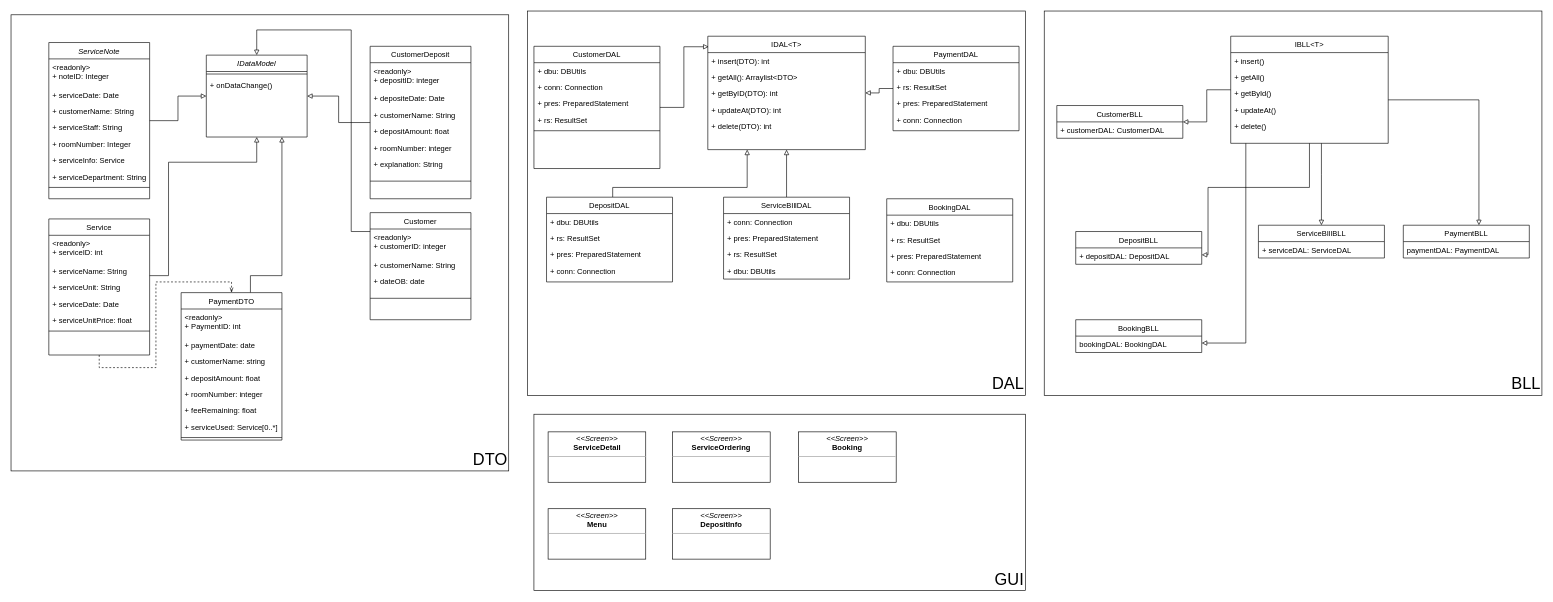
This is Diagram/Class Diagram.drawio from jonathanha52/SE104.L23.PMCL, a draw.io file, before an edit. Source tidied: cells renumbered, new cells numbered last; positions are measured from the earlier drawing's top-left corner, leaving out a move shared by most shapes. Both pictures are drawn from the tidied source at 63%, with x=0, y=0 at pixel (11, 11).
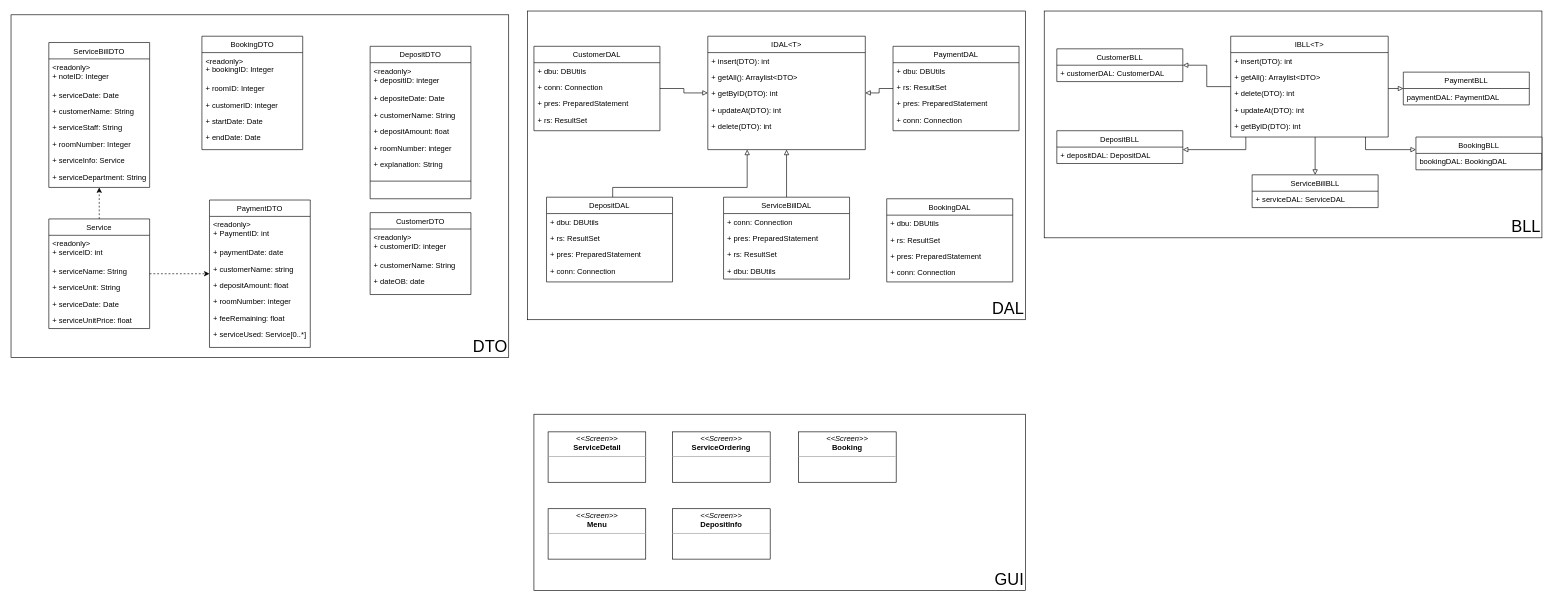
The same page after the edit.

The change refers to these unchanged cells:
```xml
<mxCell id="43" value="IDAL&lt;T&gt;" style="swimlane;fontStyle=0;align=center;verticalAlign=top;horizontal=1;startSize=26;rounded=0;shadow=0;strokeWidth=1;" parent="1" vertex="1">
  <mxGeometry x="1106" y="40" width="250" height="180" as="geometry" />
</mxCell>
```

The edit, as a diff of the source:
```diff
@@
     <mxCell id="2" value="DAL" style="rounded=0;whiteSpace=wrap;html=1;fillColor=none;shadow=0;glass=0;align=right;verticalAlign=bottom;fontSize=26;" parent="1" vertex="1">
-      <mxGeometry x="820" width="790" height="610" as="geometry" />
+      <mxGeometry x="820" width="790" height="490" as="geometry" />
     </mxCell>
     <mxCell id="3" value="DTO" style="rounded=0;whiteSpace=wrap;html=1;fillColor=none;shadow=0;glass=0;align=right;verticalAlign=bottom;fontSize=26;" parent="1" vertex="1">
-      <mxGeometry y="6" width="790" height="724" as="geometry" />
+      <mxGeometry y="6" width="790" height="544" as="geometry" />
     </mxCell>
-    <mxCell id="4" style="edgeStyle=orthogonalEdgeStyle;rounded=0;jettySize=auto;html=1;endArrow=block;endFill=0;" parent="1" edge="1" source="5" target="79">
-      <mxGeometry relative="1" as="geometry" />
-    </mxCell>
-    <mxCell id="5" value="ServiceNote" style="swimlane;fontStyle=2;align=center;verticalAlign=top;horizontal=1;startSize=26;rounded=0;shadow=0;strokeWidth=1;" parent="1" vertex="1">
-      <mxGeometry x="60" y="50" width="160" height="248" as="geometry" />
+    <mxCell id="5" value="ServiceBillDTO" style="swimlane;fontStyle=0;align=center;verticalAlign=top;horizontal=1;startSize=26;rounded=0;shadow=0;strokeWidth=1;" parent="1" vertex="1">
+      <mxGeometry x="60" y="50" width="160" height="230" as="geometry" />
     </mxCell>
@@
-    <mxCell id="13" style="line;html=1;strokeWidth=1;align=left;verticalAlign=middle;spacingTop=-1;spacingLeft=3;spacingRight=3;labelPosition=right;" parent="5" vertex="1">
-      <mxGeometry y="226" width="160" height="8" as="geometry" />
-    </mxCell>
+    <mxCell id="115" style="edgeStyle=orthogonalEdgeStyle;rounded=0;jettySize=auto;html=1;dashed=1;" parent="1" edge="1" source="16" target="5">
+      <mxGeometry relative="1" as="geometry" />
+    </mxCell>
-    <mxCell id="14" style="edgeStyle=orthogonalEdgeStyle;rounded=0;jettySize=auto;html=1;exitX=0.5;exitY=1;exitDx=0;exitDy=0;dashed=1;endArrow=openThin;endFill=0;" parent="1" edge="1" source="16" target="33">
-      <mxGeometry relative="1" as="geometry">
-        <Array as="points">
-          <mxPoint x="140" y="566" />
-          <mxPoint x="230" y="566" />
-          <mxPoint x="230" y="430" />
-          <mxPoint x="350" y="430" />
-        </Array>
-      </mxGeometry>
+    <mxCell id="14" style="edgeStyle=orthogonalEdgeStyle;rounded=0;jettySize=auto;html=1;dashed=1;" parent="1" edge="1" source="16" target="33">
+      <mxGeometry relative="1" as="geometry" />
     </mxCell>
-    <mxCell id="15" style="edgeStyle=orthogonalEdgeStyle;rounded=0;jettySize=auto;html=1;entryX=0.5;entryY=1;entryDx=0;entryDy=0;endArrow=block;endFill=0;" parent="1" edge="1" source="16" target="79">
-      <mxGeometry relative="1" as="geometry">
-        <Array as="points">
-          <mxPoint x="250" y="420" />
-          <mxPoint x="250" y="240" />
-          <mxPoint x="390" y="240" />
-        </Array>
-      </mxGeometry>
-    </mxCell>
     <mxCell id="16" value="Service" style="swimlane;fontStyle=0;align=center;verticalAlign=top;horizontal=1;startSize=26;rounded=0;shadow=0;strokeWidth=1;" parent="1" vertex="1">
-      <mxGeometry x="60" y="330" width="160" height="216" as="geometry" />
+      <mxGeometry x="60" y="330" width="160" height="174" as="geometry" />
     </mxCell>
@@
-    <mxCell id="22" style="line;html=1;strokeWidth=1;align=left;verticalAlign=middle;spacingTop=-1;spacingLeft=3;spacingRight=3;labelPosition=right;" parent="16" vertex="1">
-      <mxGeometry y="174" width="160" height="8" as="geometry" />
-    </mxCell>
-    <mxCell id="23" style="edgeStyle=orthogonalEdgeStyle;rounded=0;jettySize=auto;html=1;endArrow=block;endFill=0;" parent="1" edge="1" source="24" target="79">
-      <mxGeometry relative="1" as="geometry" />
-    </mxCell>
-    <mxCell id="24" value="CustomerDeposit" style="swimlane;fontStyle=0;align=center;verticalAlign=top;horizontal=1;startSize=26;rounded=0;shadow=0;strokeWidth=1;" parent="1" vertex="1">
+    <mxCell id="24" value="DepositDTO" style="swimlane;fontStyle=0;align=center;verticalAlign=top;horizontal=1;startSize=26;rounded=0;shadow=0;strokeWidth=1;" parent="1" vertex="1">
       <mxGeometry x="570" y="56" width="160" height="242" as="geometry" />
     </mxCell>
@@
-    <mxCell id="32" style="edgeStyle=orthogonalEdgeStyle;rounded=0;jettySize=auto;html=1;entryX=0.75;entryY=1;entryDx=0;entryDy=0;endArrow=block;endFill=0;" parent="1" edge="1" source="33" target="79">
-      <mxGeometry relative="1" as="geometry">
-        <Array as="points">
-          <mxPoint x="380" y="420" />
-          <mxPoint x="430" y="420" />
-        </Array>
-      </mxGeometry>
-    </mxCell>
     <mxCell id="33" value="PaymentDTO" style="swimlane;fontStyle=0;align=center;verticalAlign=top;horizontal=1;startSize=26;rounded=0;shadow=0;strokeWidth=1;" parent="1" vertex="1">
-      <mxGeometry x="270" y="447" width="160" height="234" as="geometry" />
+      <mxGeometry x="315" y="300" width="160" height="234" as="geometry" />
     </mxCell>
@@
-    <mxCell id="41" style="line;html=1;strokeWidth=1;align=left;verticalAlign=middle;spacingTop=-1;spacingLeft=3;spacingRight=3;labelPosition=right;" parent="33" vertex="1">
-      <mxGeometry y="226" width="160" height="8" as="geometry" />
-    </mxCell>
@@
-    <mxCell id="50" value="ServiceBIllDAL" style="swimlane;fontStyle=0;align=center;verticalAlign=top;horizontal=1;startSize=26;rounded=0;shadow=0;strokeWidth=1;" parent="1" vertex="1">
+    <mxCell id="50" value="ServiceBillDAL" style="swimlane;fontStyle=0;align=center;verticalAlign=top;horizontal=1;startSize=26;rounded=0;shadow=0;strokeWidth=1;" parent="1" vertex="1">
       <mxGeometry x="1131" y="295.5" width="200" height="130" as="geometry" />
     </mxCell>
@@
-    <mxCell id="66" style="edgeStyle=orthogonalEdgeStyle;rounded=0;jettySize=auto;html=1;entryX=0.5;entryY=0;entryDx=0;entryDy=0;endArrow=block;endFill=0;" parent="1" edge="1" source="67" target="79">
-      <mxGeometry relative="1" as="geometry">
-        <Array as="points">
-          <mxPoint x="540" y="350" />
-          <mxPoint x="540" y="30" />
-          <mxPoint x="390" y="30" />
-        </Array>
-      </mxGeometry>
-    </mxCell>
-    <mxCell id="67" value="Customer" style="swimlane;fontStyle=0;align=center;verticalAlign=top;horizontal=1;startSize=26;rounded=0;shadow=0;strokeWidth=1;" parent="1" vertex="1">
-      <mxGeometry x="570" y="320" width="160" height="170" as="geometry" />
+    <mxCell id="67" value="CustomerDTO" style="swimlane;fontStyle=0;align=center;verticalAlign=top;horizontal=1;startSize=26;rounded=0;shadow=0;strokeWidth=1;" parent="1" vertex="1">
+      <mxGeometry x="570" y="320" width="160" height="130" as="geometry" />
     </mxCell>
@@
-    <mxCell id="71" style="line;html=1;strokeWidth=1;align=left;verticalAlign=middle;spacingTop=-1;spacingLeft=3;spacingRight=3;labelPosition=right;" parent="67" vertex="1">
-      <mxGeometry y="122" width="160" height="28" as="geometry" />
-    </mxCell>
-    <mxCell id="72" style="edgeStyle=orthogonalEdgeStyle;rounded=0;jettySize=auto;html=1;endArrow=block;endFill=0;entryX=0.005;entryY=0.093;entryDx=0;entryDy=0;entryPerimeter=0;" parent="1" edge="1" source="73" target="43">
+    <mxCell id="72" style="edgeStyle=orthogonalEdgeStyle;rounded=0;jettySize=auto;html=1;endArrow=block;endFill=0;" parent="1" edge="1" source="73" target="43">
       <mxGeometry relative="1" as="geometry" />
     </mxCell>
     <mxCell id="73" value="CustomerDAL" style="swimlane;fontStyle=0;align=center;verticalAlign=top;horizontal=1;startSize=26;rounded=0;shadow=0;strokeWidth=1;" parent="1" vertex="1">
-      <mxGeometry x="830" y="56" width="200" height="194" as="geometry" />
+      <mxGeometry x="830" y="56" width="200" height="134" as="geometry" />
     </mxCell>
@@
-    <mxCell id="78" style="line;strokeWidth=1;fillColor=none;align=left;verticalAlign=middle;spacingTop=-1;spacingLeft=3;spacingRight=3;labelPosition=right;" parent="73" vertex="1">
-      <mxGeometry y="130" width="200" height="8" as="geometry" />
-    </mxCell>
-    <mxCell id="79" value="IDataModel" style="swimlane;fontStyle=2;align=center;verticalAlign=top;horizontal=1;startSize=26;rounded=0;shadow=0;strokeWidth=1;" parent="1" vertex="1">
-      <mxGeometry x="310" y="70" width="160" height="130" as="geometry" />
-    </mxCell>
-    <mxCell id="80" style="line;html=1;strokeWidth=1;align=left;verticalAlign=middle;spacingTop=-1;spacingLeft=3;spacingRight=3;labelPosition=right;" parent="79" vertex="1">
-      <mxGeometry y="26" width="160" height="8" as="geometry" />
-    </mxCell>
-    <mxCell id="81" value="+ onDataChange()" style="text;align=left;verticalAlign=top;spacingLeft=4;spacingRight=4;overflow=hidden;" parent="79" vertex="1">
-      <mxGeometry y="34" width="160" height="44" as="geometry" />
-    </mxCell>
     <mxCell id="82" value="BLL" style="rounded=0;whiteSpace=wrap;html=1;fillColor=none;shadow=0;glass=0;align=right;verticalAlign=bottom;fontSize=26;" parent="1" vertex="1">
-      <mxGeometry x="1640" width="790" height="610" as="geometry" />
+      <mxGeometry x="1640" width="790" height="360" as="geometry" />
     </mxCell>
@@
     <mxCell id="88" value="IBLL&lt;T&gt;" style="swimlane;fontStyle=0;align=center;verticalAlign=top;horizontal=1;startSize=26;rounded=0;shadow=0;strokeWidth=1;" parent="1" vertex="1">
-      <mxGeometry x="1936" y="40" width="250" height="170" as="geometry" />
+      <mxGeometry x="1936" y="40" width="250" height="160" as="geometry" />
     </mxCell>
-    <mxCell id="89" value="+ insert()" style="text;align=left;verticalAlign=top;spacingLeft=4;spacingRight=4;overflow=hidden;rounded=0;shadow=0;html=0;" parent="88" vertex="1">
-      <mxGeometry y="26" width="250" height="26" as="geometry" />
-    </mxCell>
-    <mxCell id="90" value="+ getAll()" style="text;align=left;verticalAlign=top;spacingLeft=4;spacingRight=4;overflow=hidden;rounded=0;shadow=0;html=0;" parent="88" vertex="1">
-      <mxGeometry y="52" width="250" height="26" as="geometry" />
-    </mxCell>
-    <mxCell id="91" value="+ getById()" style="text;align=left;verticalAlign=top;spacingLeft=4;spacingRight=4;overflow=hidden;rounded=0;shadow=0;html=0;" parent="88" vertex="1">
-      <mxGeometry y="78" width="250" height="26" as="geometry" />
-    </mxCell>
-    <mxCell id="92" value="+ updateAt()" style="text;align=left;verticalAlign=top;spacingLeft=4;spacingRight=4;overflow=hidden;rounded=0;shadow=0;html=0;" parent="88" vertex="1">
-      <mxGeometry y="104" width="250" height="26" as="geometry" />
-    </mxCell>
-    <mxCell id="93" value="+ delete()" style="text;align=left;verticalAlign=top;spacingLeft=4;spacingRight=4;overflow=hidden;rounded=0;shadow=0;html=0;" parent="88" vertex="1">
-      <mxGeometry y="130" width="250" height="26" as="geometry" />
-    </mxCell>
+    <mxCell id="116" value="+ insert(DTO): int" style="text;align=left;verticalAlign=top;spacingLeft=4;spacingRight=4;overflow=hidden;rounded=0;shadow=0;html=0;" parent="88" vertex="1">
+      <mxGeometry y="26" width="250" height="26" as="geometry" />
+    </mxCell>
+    <mxCell id="117" value="+ getAll(): Arraylist&lt;DTO&gt;" style="text;align=left;verticalAlign=top;spacingLeft=4;spacingRight=4;overflow=hidden;rounded=0;shadow=0;html=0;" parent="88" vertex="1">
+      <mxGeometry y="52" width="250" height="26" as="geometry" />
+    </mxCell>
+    <mxCell id="118" value="+ delete(DTO): int" style="text;align=left;verticalAlign=top;spacingLeft=4;spacingRight=4;overflow=hidden;rounded=0;shadow=0;html=0;" parent="88" vertex="1">
+      <mxGeometry y="78" width="250" height="26" as="geometry" />
+    </mxCell>
+    <mxCell id="119" value="+ updateAt(DTO): int" style="text;align=left;verticalAlign=top;spacingLeft=4;spacingRight=4;overflow=hidden;rounded=0;shadow=0;html=0;" parent="88" vertex="1">
+      <mxGeometry y="104" width="250" height="26" as="geometry" />
+    </mxCell>
+    <mxCell id="120" value="+ getByID(DTO): int " style="text;align=left;verticalAlign=top;spacingLeft=4;spacingRight=4;overflow=hidden;rounded=0;shadow=0;html=0;" parent="88" vertex="1">
+      <mxGeometry y="130" width="250" height="26" as="geometry" />
+    </mxCell>
@@
-    <mxCell id="95" value="ServiceBIllBLL" style="swimlane;fontStyle=0;align=center;verticalAlign=top;horizontal=1;startSize=26;rounded=0;shadow=0;strokeWidth=1;" parent="1" vertex="1">
-      <mxGeometry x="1980" y="340" width="200" height="52" as="geometry" />
+    <mxCell id="95" value="ServiceBillBLL" style="swimlane;fontStyle=0;align=center;verticalAlign=top;horizontal=1;startSize=26;rounded=0;shadow=0;strokeWidth=1;" parent="1" vertex="1">
+      <mxGeometry x="1970" y="260" width="200" height="52" as="geometry" />
     </mxCell>
@@
     <mxCell id="97" style="edgeStyle=orthogonalEdgeStyle;rounded=0;jettySize=auto;html=1;startArrow=block;startFill=0;endArrow=none;endFill=0;" parent="1" edge="1" source="98" target="88">
       <mxGeometry relative="1" as="geometry">
         <Array as="points">
-          <mxPoint x="1900" y="387" />
-          <mxPoint x="1900" y="280" />
-          <mxPoint x="2061" y="280" />
+          <mxPoint x="1960" y="220" />
         </Array>
       </mxGeometry>
     </mxCell>
     <mxCell id="98" value="DepositBLL" style="swimlane;fontStyle=0;align=center;verticalAlign=top;horizontal=1;startSize=26;rounded=0;shadow=0;strokeWidth=1;" parent="1" vertex="1">
-      <mxGeometry x="1690" y="350" width="200" height="52" as="geometry" />
+      <mxGeometry x="1660" y="190" width="200" height="52" as="geometry" />
     </mxCell>
@@
     <mxCell id="101" value="PaymentBLL" style="swimlane;fontStyle=0;align=center;verticalAlign=top;horizontal=1;startSize=26;rounded=0;shadow=0;strokeWidth=1;" parent="1" vertex="1">
-      <mxGeometry x="2210" y="340" width="200" height="52" as="geometry" />
+      <mxGeometry x="2210" y="97" width="200" height="52" as="geometry" />
     </mxCell>
@@
     <mxCell id="104" value="CustomerBLL" style="swimlane;fontStyle=0;align=center;verticalAlign=top;horizontal=1;startSize=26;rounded=0;shadow=0;strokeWidth=1;" parent="1" vertex="1">
-      <mxGeometry x="1660" y="150" width="200" height="52" as="geometry" />
+      <mxGeometry x="1660" y="60" width="200" height="52" as="geometry" />
     </mxCell>
@@
     <mxCell id="106" style="edgeStyle=orthogonalEdgeStyle;rounded=0;jettySize=auto;html=1;startArrow=block;startFill=0;endArrow=none;endFill=0;" parent="1" edge="1" source="107" target="88">
       <mxGeometry relative="1" as="geometry">
         <Array as="points">
-          <mxPoint x="1960" y="527" />
+          <mxPoint x="2150" y="220" />
         </Array>
       </mxGeometry>
     </mxCell>
     <mxCell id="107" value="BookingBLL" style="swimlane;fontStyle=0;align=center;verticalAlign=top;horizontal=1;startSize=26;rounded=0;shadow=0;strokeWidth=1;" parent="1" vertex="1">
-      <mxGeometry x="1690" y="490" width="200" height="52" as="geometry" />
+      <mxGeometry x="2230" y="200" width="200" height="52" as="geometry" />
     </mxCell>
@@
+    <mxCell id="121" value="BookingDTO" style="swimlane;fontStyle=0;align=center;verticalAlign=top;horizontal=1;startSize=26;rounded=0;shadow=0;strokeWidth=1;" parent="1" vertex="1">
+      <mxGeometry x="303" y="40" width="160" height="180" as="geometry" />
+    </mxCell>
+    <mxCell id="122" value="&lt;readonly&gt;&#10;+ bookingID: Integer" style="text;align=left;verticalAlign=top;spacingLeft=4;spacingRight=4;overflow=hidden;" parent="121" vertex="1">
+      <mxGeometry y="26" width="160" height="44" as="geometry" />
+    </mxCell>
+    <mxCell id="123" value="+ roomID: Integer" style="text;align=left;verticalAlign=top;spacingLeft=4;spacingRight=4;overflow=hidden;rounded=0;shadow=0;html=0;" parent="121" vertex="1">
+      <mxGeometry y="70" width="160" height="26" as="geometry" />
+    </mxCell>
+    <mxCell id="124" value="+ customerID: integer" style="text;align=left;verticalAlign=top;spacingLeft=4;spacingRight=4;overflow=hidden;rounded=0;shadow=0;html=0;" parent="121" vertex="1">
+      <mxGeometry y="96" width="160" height="26" as="geometry" />
+    </mxCell>
+    <mxCell id="125" value="+ startDate: Date" style="text;align=left;verticalAlign=top;spacingLeft=4;spacingRight=4;overflow=hidden;" parent="121" vertex="1">
+      <mxGeometry y="122" width="160" height="26" as="geometry" />
+    </mxCell>
+    <mxCell id="126" value="+ endDate: Date" style="text;align=left;verticalAlign=top;spacingLeft=4;spacingRight=4;overflow=hidden;" parent="121" vertex="1">
+      <mxGeometry y="148" width="160" height="26" as="geometry" />
+    </mxCell>
```
